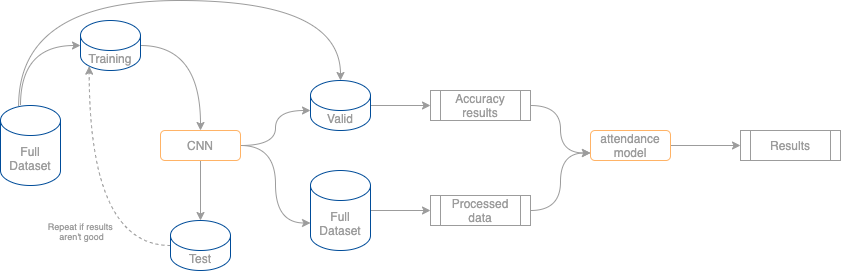
The draw.io diagram documents/flow.drawio.png in robert-sipho/pefa_nest-cam, before a commit. Source tidied: cells renumbered, new cells last; positions are measured from the earlier drawing's top-left corner, leaving out a move shared by most shapes.
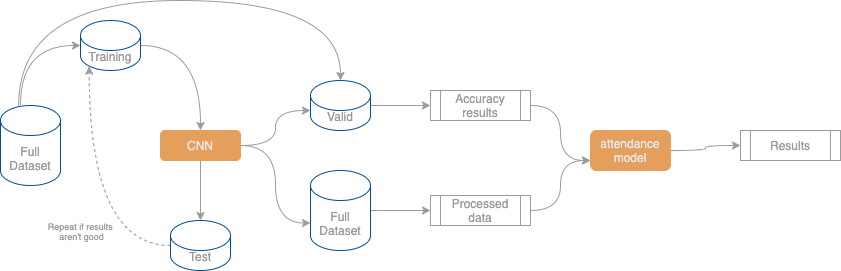
Later version of the same file.

Commit message:
figure testing

What changed in the source:
```diff
@@ -39,7 +39,7 @@
     <mxCell id="9" style="edgeStyle=orthogonalEdgeStyle;curved=1;sketch=0;jettySize=auto;html=1;entryX=0;entryY=0;entryDx=0;entryDy=30;entryPerimeter=0;strokeColor=#9C9C9C;fontColor=#9C9C9C;" parent="1" edge="1" source="10" target="17">
       <mxGeometry relative="1" as="geometry" />
     </mxCell>
-    <mxCell id="10" value="CNN" style="rounded=1;whiteSpace=wrap;html=1;sketch=0;fillColor=none;fontColor=#9C9C9C;strokeColor=#FFB366;" parent="1" vertex="1">
+    <mxCell id="10" value="CNN" style="rounded=1;whiteSpace=wrap;html=1;sketch=0;fontColor=#E6E6E6;fillColor=#E39F5B;strokeColor=#E39F5B;" parent="1" vertex="1">
       <mxGeometry x="160" y="130" width="80" height="30" as="geometry" />
     </mxCell>
     <mxCell id="11" style="edgeStyle=orthogonalEdgeStyle;curved=1;sketch=0;jettySize=auto;html=1;entryX=0.145;entryY=1;entryDx=0;entryDy=-4.35;entryPerimeter=0;strokeColor=#9C9C9C;fontColor=#9C9C9C;dashed=1;" parent="1" edge="1" source="13" target="6">
@@ -80,8 +80,8 @@
     <mxCell id="22" style="edgeStyle=orthogonalEdgeStyle;curved=1;sketch=0;jettySize=auto;html=1;strokeColor=#9C9C9C;fontColor=#9C9C9C;" parent="1" edge="1" source="23" target="24">
       <mxGeometry relative="1" as="geometry" />
     </mxCell>
-    <mxCell id="23" value="attendance model" style="rounded=1;whiteSpace=wrap;html=1;sketch=0;fillColor=none;fontColor=#9C9C9C;strokeColor=#FFB366;" parent="1" vertex="1">
-      <mxGeometry x="590" y="130" width="80" height="30" as="geometry" />
+    <mxCell id="23" value="attendance model" style="rounded=1;whiteSpace=wrap;html=1;sketch=0;strokeColor=#E39F5B;fillColor=#E39F5B;fontColor=#E6E6E6;" parent="1" vertex="1">
+      <mxGeometry x="590" y="130" width="80" height="40" as="geometry" />
     </mxCell>
     <mxCell id="24" value="Results" style="shape=process;whiteSpace=wrap;html=1;backgroundOutline=1;rounded=0;sketch=0;strokeColor=#9C9C9C;fillColor=none;fontColor=#9C9C9C;" parent="1" vertex="1">
       <mxGeometry x="740" y="130" width="100" height="30" as="geometry" />
```
